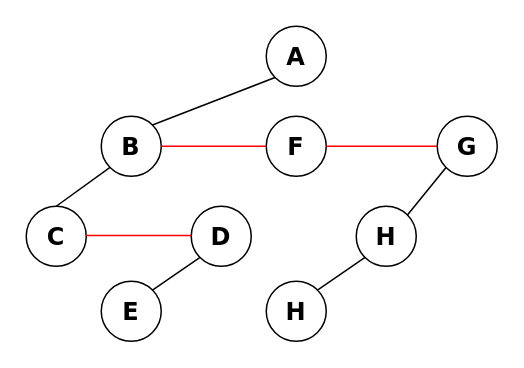
Jiaraneatswhat/ob_note keeps this draw.io diagram as images/images_code/drawio/c/tree2bin3.drawio. Above is the earlier version. Source tidied: cells renumbered, new cells numbered last; positions are measured from the earlier drawing's top-left corner, leaving out a move shared by most shapes. Both pictures are drawn from the tidied source at 150%, with x=0, y=0 at pixel (26, 26).
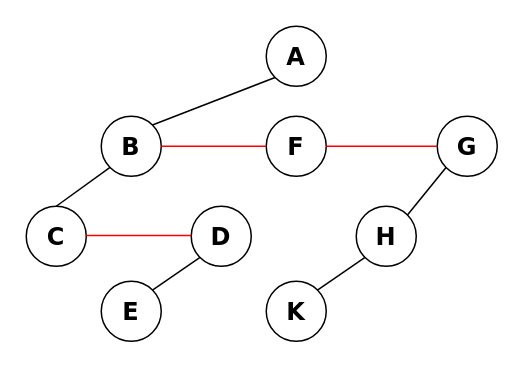
After the change.

The edit, as a diff of the source:
```diff
@@
 <mxGraphModel>
   <root>
     <mxCell id="0" />
     <mxCell id="1" parent="0" />
     <mxCell id="2" value="&lt;b&gt;&lt;font style=&quot;font-size: 16px;&quot; face=&quot;Verdana&quot;&gt;A&lt;/font&gt;&lt;/b&gt;" style="ellipse;whiteSpace=wrap;html=1;" parent="1" vertex="1">
       <mxGeometry x="160" width="40" height="40" as="geometry" />
     </mxCell>
     <mxCell id="3" value="&lt;b&gt;&lt;font style=&quot;font-size: 16px;&quot; face=&quot;Verdana&quot;&gt;B&lt;/font&gt;&lt;/b&gt;" style="ellipse;whiteSpace=wrap;html=1;" parent="1" vertex="1">
       <mxGeometry x="50" y="60" width="40" height="40" as="geometry" />
     </mxCell>
     <mxCell id="4" value="&lt;b&gt;&lt;font style=&quot;font-size: 16px;&quot; face=&quot;Verdana&quot;&gt;G&lt;/font&gt;&lt;/b&gt;" style="ellipse;whiteSpace=wrap;html=1;" parent="1" vertex="1">
       <mxGeometry x="274" y="60" width="40" height="40" as="geometry" />
     </mxCell>
     <mxCell id="5" value="&lt;b&gt;&lt;font style=&quot;font-size: 16px;&quot; face=&quot;Verdana&quot;&gt;C&lt;/font&gt;&lt;/b&gt;" style="ellipse;whiteSpace=wrap;html=1;" parent="1" vertex="1">
       <mxGeometry y="120" width="40" height="40" as="geometry" />
     </mxCell>
     <mxCell id="6" value="&lt;b&gt;&lt;font style=&quot;font-size: 16px;&quot; face=&quot;Verdana&quot;&gt;D&lt;/font&gt;&lt;/b&gt;" style="ellipse;whiteSpace=wrap;html=1;" parent="1" vertex="1">
       <mxGeometry x="110" y="120" width="40" height="40" as="geometry" />
     </mxCell>
     <mxCell id="7" value="&lt;b&gt;&lt;font style=&quot;font-size: 16px;&quot; face=&quot;Verdana&quot;&gt;H&lt;/font&gt;&lt;/b&gt;" style="ellipse;whiteSpace=wrap;html=1;" parent="1" vertex="1">
       <mxGeometry x="220" y="120" width="40" height="40" as="geometry" />
     </mxCell>
     <mxCell id="8" style="endArrow=none;html=1;rounded=0;exitX=0;exitY=1;exitDx=0;exitDy=0;entryX=1;entryY=0;entryDx=0;entryDy=0;" parent="1" edge="1" source="2" target="3">
       <mxGeometry relative="1" as="geometry" />
     </mxCell>
     <mxCell id="9" style="endArrow=none;html=1;rounded=0;exitX=0;exitY=1;exitDx=0;exitDy=0;entryX=0.5;entryY=0;entryDx=0;entryDy=0;" parent="1" edge="1" source="3" target="5">
       <mxGeometry relative="1" as="geometry" />
     </mxCell>
     <mxCell id="10" style="endArrow=none;startArrow=none;html=1;rounded=0;exitX=1;exitY=0;exitDx=0;exitDy=0;entryX=0;entryY=1;entryDx=0;entryDy=0;startFill=0;endFill=0;" parent="1" edge="1" source="7" target="4">
       <mxGeometry relative="1" as="geometry" />
     </mxCell>
     <mxCell id="11" value="&lt;b&gt;&lt;font style=&quot;font-size: 16px;&quot; face=&quot;Verdana&quot;&gt;E&lt;/font&gt;&lt;/b&gt;" style="ellipse;whiteSpace=wrap;html=1;" parent="1" vertex="1">
       <mxGeometry x="50" y="170" width="40" height="40" as="geometry" />
     </mxCell>
     <mxCell id="12" style="endArrow=none;html=1;rounded=0;exitX=0;exitY=1;exitDx=0;exitDy=0;entryX=1;entryY=0;entryDx=0;entryDy=0;" parent="1" edge="1" source="6" target="11">
       <mxGeometry relative="1" as="geometry" />
     </mxCell>
-    <mxCell id="13" value="&lt;b&gt;&lt;font style=&quot;font-size: 16px;&quot; face=&quot;Verdana&quot;&gt;H&lt;/font&gt;&lt;/b&gt;" style="ellipse;whiteSpace=wrap;html=1;" parent="1" vertex="1">
+    <mxCell id="13" value="&lt;b&gt;&lt;font style=&quot;font-size: 16px;&quot; face=&quot;Verdana&quot;&gt;K&lt;/font&gt;&lt;/b&gt;" style="ellipse;whiteSpace=wrap;html=1;" parent="1" vertex="1">
       <mxGeometry x="160" y="170" width="40" height="40" as="geometry" />
     </mxCell>
     <mxCell id="14" style="endArrow=none;html=1;rounded=0;exitX=0;exitY=1;exitDx=0;exitDy=0;entryX=1;entryY=0;entryDx=0;entryDy=0;" parent="1" edge="1" source="7" target="13">
       <mxGeometry relative="1" as="geometry" />
     </mxCell>
     <mxCell id="15" value="&lt;b&gt;&lt;font style=&quot;font-size: 16px;&quot; face=&quot;Verdana&quot;&gt;F&lt;/font&gt;&lt;/b&gt;" style="ellipse;whiteSpace=wrap;html=1;" parent="1" vertex="1">
       <mxGeometry x="160" y="60" width="40" height="40" as="geometry" />
     </mxCell>
     <mxCell id="16" style="endArrow=none;html=1;rounded=0;exitX=1;exitY=0.5;exitDx=0;exitDy=0;entryX=0;entryY=0.5;entryDx=0;entryDy=0;strokeColor=#FF0000;" parent="1" edge="1" source="3" target="15">
       <mxGeometry relative="1" as="geometry" />
     </mxCell>
     <mxCell id="17" style="endArrow=none;html=1;rounded=0;exitX=1;exitY=0.5;exitDx=0;exitDy=0;entryX=0;entryY=0.5;entryDx=0;entryDy=0;strokeColor=#ff0000;" parent="1" edge="1" source="15" target="4">
       <mxGeometry relative="1" as="geometry" />
     </mxCell>
     <mxCell id="18" style="endArrow=none;html=1;rounded=0;exitX=1;exitY=0.5;exitDx=0;exitDy=0;entryX=0;entryY=0.5;entryDx=0;entryDy=0;strokeColor=#FF0000;" parent="1" edge="1">
       <mxGeometry relative="1" as="geometry">
         <mxPoint x="40" y="139.5" as="sourcePoint" />
         <mxPoint x="110" y="139.5" as="targetPoint" />
       </mxGeometry>
     </mxCell>
   </root>
 </mxGraphModel>
```
